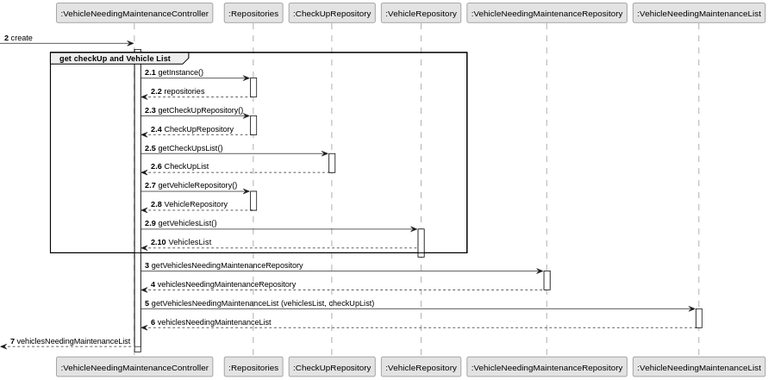
Above: docs/sprintA&B&C/us008/03.design/svg/us008-sequence-diagram-partial-get-checkUp-and-Vehicle-List.svg in daniel41silva05/ISEP_2023_2024_LAPR2 (PlantUML), before the change. Its diagram source:
```plantuml
@startuml
skinparam monochrome true
skinparam packageStyle rectangle
skinparam shadowing false

autonumber

participant ":VehicleNeedingMaintenanceController" as CTRL
participant ":Repositories" as RepositorySingleton
participant ":CheckUpRepository" as CheckUpRepository
participant ":VehicleRepository" as VR
participant ":VehicleNeedingMaintenanceRepository" as MaintenanceRep
participant ":VehicleNeedingMaintenanceList" as MaintenanceList

        autonumber2

            -> CTRL** : create

            group get checkUp and Vehicle List
            activate CTRL

                 activate CTRL

                    autonumber 2.1


                                 CTRL -> RepositorySingleton : getInstance()
                                 activate RepositorySingleton

                                     RepositorySingleton --> CTRL: repositories

                                 deactivate RepositorySingleton

                                 CTRL -> RepositorySingleton : getCheckUpRepository()

                                 activate RepositorySingleton

                                     RepositorySingleton --> CTRL: CheckUpRepository

                                deactivate RepositorySingleton

                                     CTRL -> CheckUpRepository : getCheckUpsList()

                                activate CheckUpRepository

                                CheckUpRepository --> CTRL: CheckUpList

                                deactivate CheckUpRepository

                                 deactivate CheckUpRepository

                                               deactivate RepositorySingleton

                                               CTRL -> RepositorySingleton : getVehicleRepository()

                                               activate RepositorySingleton

                                                   RepositorySingleton --> CTRL: VehicleRepository

                                              deactivate RepositorySingleton

                                               CTRL -> VR : getVehiclesList()

                                               activate VR

                                               VR --> CTRL: VehiclesList

                                               end

                                               autonumber 3

                                               deactivate VR

                                              CTRL -> MaintenanceRep: getVehiclesNeedingMaintenanceRepository

                                               activate MaintenanceRep

                                              MaintenanceRep --> CTRL: vehiclesNeedingMaintenanceRepository

                                                deactivate MaintenanceRep

                              CTRL -> MaintenanceList: getVehiclesNeedingMaintenanceList (vehiclesList, checkUpList)

                              activate MaintenanceList

                              MaintenanceList --> CTRL: vehiclesNeedingMaintenanceList

                              deactivate MaintenanceList

                              <-- CTRL : vehiclesNeedingMaintenanceList

                    deactivate CTRL
@enduml
```
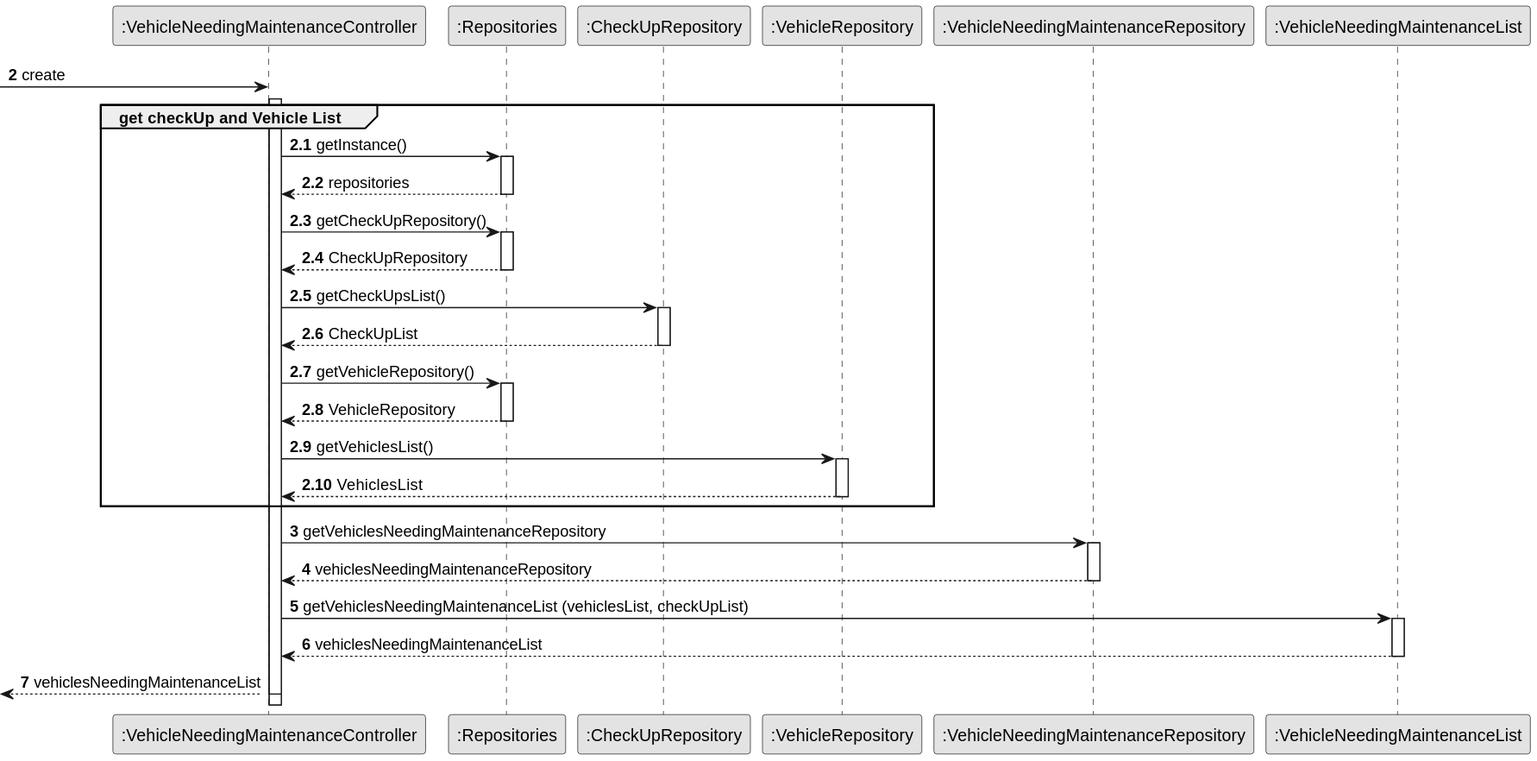
Later version of the same file.

The edit, as a diff of the source:
```diff
@@ -65,11 +65,11 @@
 
                                                VR --> CTRL: VehiclesList
 
+                                               deactivate VR
+
                                                end
 
                                                autonumber 3
-
-                                               deactivate VR
 
                                               CTRL -> MaintenanceRep: getVehiclesNeedingMaintenanceRepository
 
```
